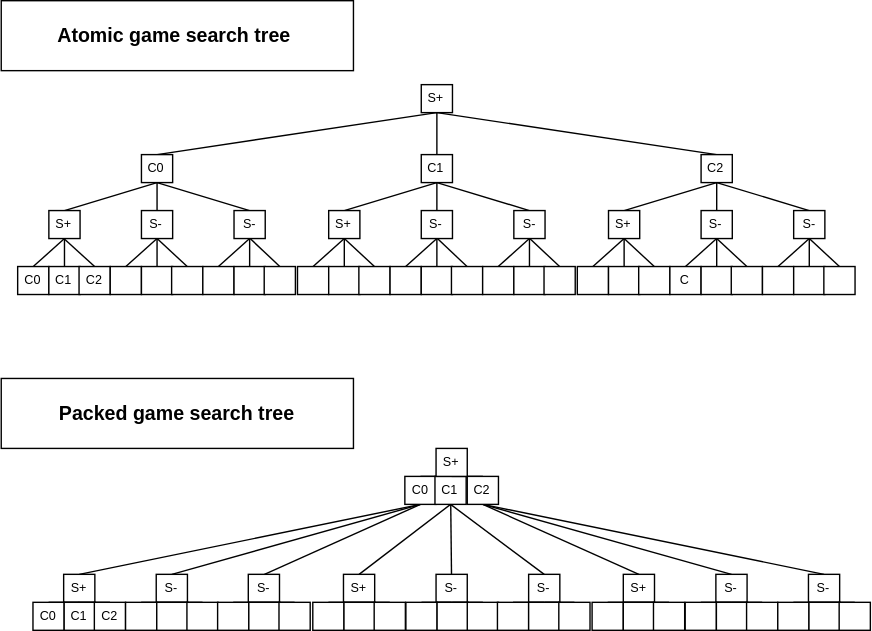
This is docs/drawio/tree_packing.svg from Horolsky/senet, a draw.io export, as it was before one commit. Source tidied: cells renumbered, new cells last; positions are measured from the earlier drawing's top-left corner, leaving out a move shared by most shapes.
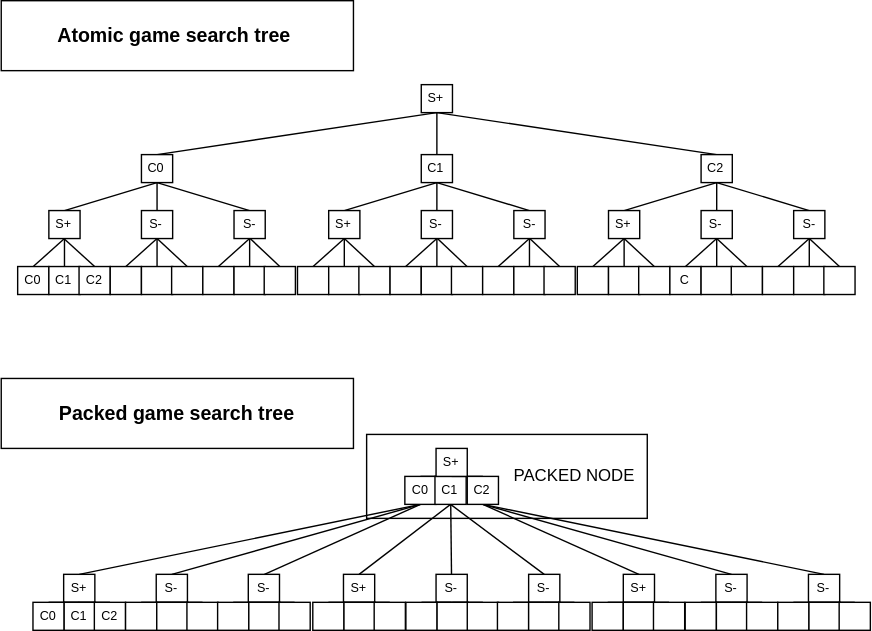
Above is the later version.

What changed in the source:
```diff
@@ -2,6 +2,9 @@
   <root>
     <mxCell id="0" />
     <mxCell id="1" parent="0" />
+    <mxCell id="180" value="PACKED NODE&amp;nbsp;&amp;nbsp;" style="rounded=0;whiteSpace=wrap;html=1;align=right;" parent="1" vertex="1">
+      <mxGeometry x="261.4" y="310" width="200.6" height="60" as="geometry" />
+    </mxCell>
     <mxCell id="2" style="edgeStyle=none;rounded=0;jettySize=auto;html=1;fontSize=9;entryX=0.5;entryY=0;entryDx=0;entryDy=0;endArrow=none;endFill=0;" parent="1" edge="1" source="4" target="9">
       <mxGeometry relative="1" as="geometry" />
     </mxCell>
```
